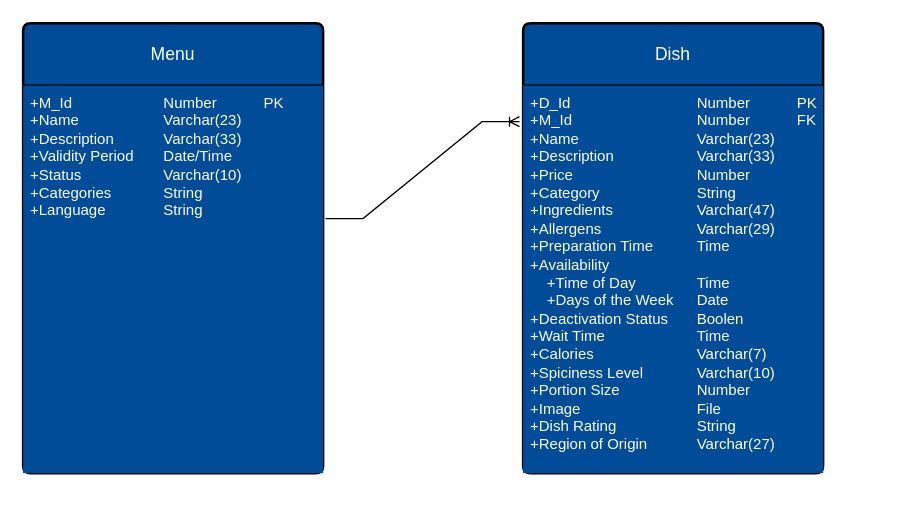
C-Rex-B/C-_FOR_.NET keeps this draw.io diagram as Untitled Diagram.drawio. Above is the earlier version. Source tidied: cells renumbered, new cells numbered last; positions are measured from the earlier drawing's top-left corner, leaving out a move shared by most shapes. Both pictures are drawn from the tidied source at 125%, with x=0, y=0 at pixel (22, 22).
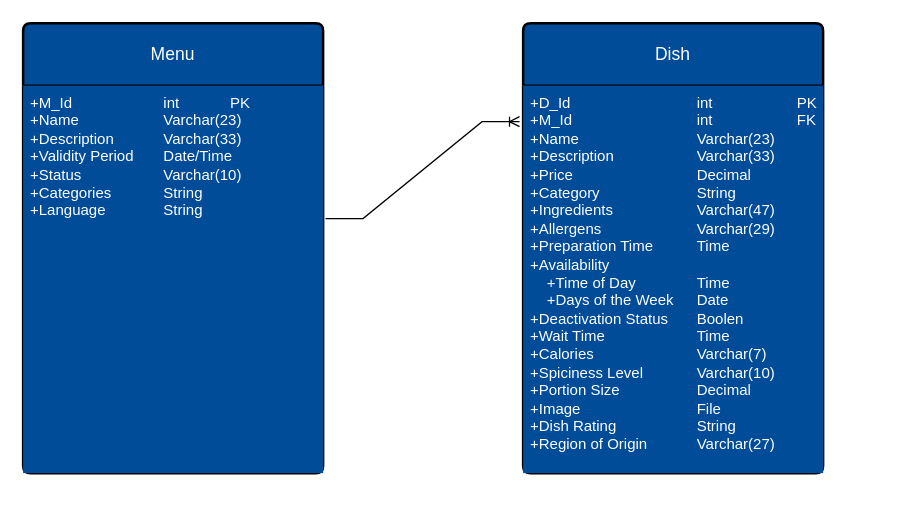
The same diagram, later.

Commit message:
ERD_Restaurant

The edit, as a diff of the source:
```diff
@@
 <mxGraphModel>
   <root>
     <mxCell id="0" />
     <mxCell id="1" parent="0" />
     <mxCell id="2" value="&lt;font color=&quot;#ffffff&quot;&gt;Menu&lt;/font&gt;" style="swimlane;horizontal=1;startSize=50;rounded=1;fontSize=14;fontStyle=0;strokeWidth=2;shadow=0;dashed=0;align=center;arcSize=4;whiteSpace=wrap;html=1;fillColor=#004C99;" parent="1" vertex="1">
       <mxGeometry width="240" height="360" as="geometry" />
     </mxCell>
     <mxCell id="3" style="whiteSpace=wrap;html=1;fillColor=#001933;" parent="2" vertex="1">
       <mxGeometry y="50" width="240" as="geometry" />
     </mxCell>
-    <mxCell id="4" value="&lt;font color=&quot;#ffffff&quot;&gt;+M_Id&lt;span style=&quot;white-space: pre;&quot;&gt;&#9;&lt;/span&gt;&lt;span style=&quot;white-space: pre;&quot;&gt;&#9;&lt;/span&gt;&lt;span style=&quot;white-space: pre;&quot;&gt;&#9;&lt;/span&gt;Number&lt;span style=&quot;white-space: pre;&quot;&gt;&#9;&lt;span style=&quot;white-space: pre;&quot;&gt;&#9;&lt;/span&gt;PK&lt;span style=&quot;white-space: pre;&quot;&gt;&#9;&lt;/span&gt;&lt;/span&gt;&lt;br&gt;+Name&lt;span style=&quot;&quot;&gt;&lt;span style=&quot;&quot;&gt;&amp;nbsp;&amp;nbsp;&amp;nbsp;&amp;nbsp;&lt;/span&gt;&lt;/span&gt;&lt;span style=&quot;&quot;&gt;&lt;span style=&quot;&quot;&gt;&amp;nbsp;&amp;nbsp;&amp;nbsp;&amp;nbsp;&lt;/span&gt;&lt;/span&gt;&lt;span style=&quot;&quot;&gt;&lt;span style=&quot;&quot;&gt;&amp;nbsp;&amp;nbsp;&amp;nbsp;&amp;nbsp;&lt;span style=&quot;&quot;&gt;&lt;span style=&quot;white-space: pre;&quot;&gt;&amp;nbsp;&amp;nbsp;&amp;nbsp;&amp;nbsp;&lt;span style=&quot;white-space: pre;&quot;&gt;&#9;&lt;/span&gt;Varchar(23)&lt;/span&gt;&lt;/span&gt;&lt;/span&gt;&lt;/span&gt;&lt;br&gt;+Description&lt;span style=&quot;&quot;&gt;&lt;span style=&quot;&quot;&gt;&amp;nbsp;&amp;nbsp;&amp;nbsp;&amp;nbsp;&lt;/span&gt;&lt;/span&gt;&lt;span style=&quot;&quot;&gt;&lt;span style=&quot;&quot;&gt;&amp;nbsp;&amp;nbsp;&amp;nbsp;&amp;nbsp;&lt;span style=&quot;&quot;&gt;&lt;span style=&quot;white-space: pre;&quot;&gt;&amp;nbsp;&lt;span style=&quot;white-space: pre;&quot;&gt;&#9;&lt;/span&gt;Varchar(33)&lt;/span&gt;&lt;/span&gt;&lt;/span&gt;&lt;/span&gt;&lt;br&gt;+Validity Period&lt;span style=&quot;white-space: pre;&quot;&gt;&#9;&lt;/span&gt;Date/Time&lt;br&gt;+Status&lt;span style=&quot;white-space: pre;&quot;&gt;&#9;&lt;/span&gt;&lt;span style=&quot;white-space: pre;&quot;&gt;&#9;&lt;/span&gt;&lt;span style=&quot;white-space: pre;&quot;&gt;&#9;&lt;/span&gt;Varchar(10)&lt;br&gt;+Categories&lt;span style=&quot;white-space: pre;&quot;&gt;&#9;&lt;/span&gt;&lt;span style=&quot;white-space: pre;&quot;&gt;&#9;&lt;/span&gt;String&lt;br&gt;+Language&lt;span style=&quot;white-space: pre;&quot;&gt;&#9;&lt;/span&gt;&lt;span style=&quot;white-space: pre;&quot;&gt;&#9;&lt;/span&gt;String&lt;/font&gt;" style="align=left;strokeColor=none;fillColor=#004C99;spacingLeft=4;fontSize=12;verticalAlign=top;html=1;" parent="2" vertex="1">
+    <mxCell id="4" value="&lt;font color=&quot;#ffffff&quot;&gt;+M_Id&lt;span style=&quot;white-space: pre;&quot;&gt;&#9;&lt;/span&gt;&lt;span style=&quot;white-space: pre;&quot;&gt;&#9;&lt;/span&gt;&lt;span style=&quot;white-space: pre;&quot;&gt;&#9;&lt;/span&gt;int&lt;span style=&quot;white-space: pre;&quot;&gt;&#9;&lt;span style=&quot;white-space: pre;&quot;&gt;&#9;&lt;/span&gt;PK&lt;span style=&quot;white-space: pre;&quot;&gt;&#9;&lt;/span&gt;&lt;/span&gt;&lt;br&gt;+Name&lt;span style=&quot;&quot;&gt;&lt;span style=&quot;&quot;&gt;&amp;nbsp;&amp;nbsp;&amp;nbsp;&amp;nbsp;&lt;/span&gt;&lt;/span&gt;&lt;span style=&quot;&quot;&gt;&lt;span style=&quot;&quot;&gt;&amp;nbsp;&amp;nbsp;&amp;nbsp;&amp;nbsp;&lt;/span&gt;&lt;/span&gt;&lt;span style=&quot;&quot;&gt;&lt;span style=&quot;&quot;&gt;&amp;nbsp;&amp;nbsp;&amp;nbsp;&amp;nbsp;&lt;span style=&quot;&quot;&gt;&lt;span style=&quot;white-space: pre;&quot;&gt;&amp;nbsp;&amp;nbsp;&amp;nbsp;&amp;nbsp;&lt;span style=&quot;white-space: pre;&quot;&gt;&#9;&lt;/span&gt;Varchar(23)&lt;/span&gt;&lt;/span&gt;&lt;/span&gt;&lt;/span&gt;&lt;br&gt;+Description&lt;span style=&quot;&quot;&gt;&lt;span style=&quot;&quot;&gt;&amp;nbsp;&amp;nbsp;&amp;nbsp;&amp;nbsp;&lt;/span&gt;&lt;/span&gt;&lt;span style=&quot;&quot;&gt;&lt;span style=&quot;&quot;&gt;&amp;nbsp;&amp;nbsp;&amp;nbsp;&amp;nbsp;&lt;span style=&quot;&quot;&gt;&lt;span style=&quot;white-space: pre;&quot;&gt;&amp;nbsp;&lt;span style=&quot;white-space: pre;&quot;&gt;&#9;&lt;/span&gt;Varchar(33)&lt;/span&gt;&lt;/span&gt;&lt;/span&gt;&lt;/span&gt;&lt;br&gt;+Validity Period&lt;span style=&quot;white-space: pre;&quot;&gt;&#9;&lt;/span&gt;Date/Time&lt;br&gt;+Status&lt;span style=&quot;white-space: pre;&quot;&gt;&#9;&lt;/span&gt;&lt;span style=&quot;white-space: pre;&quot;&gt;&#9;&lt;/span&gt;&lt;span style=&quot;white-space: pre;&quot;&gt;&#9;&lt;/span&gt;Varchar(10)&lt;br&gt;+Categories&lt;span style=&quot;white-space: pre;&quot;&gt;&#9;&lt;/span&gt;&lt;span style=&quot;white-space: pre;&quot;&gt;&#9;&lt;/span&gt;String&lt;br&gt;+Language&lt;span style=&quot;white-space: pre;&quot;&gt;&#9;&lt;/span&gt;&lt;span style=&quot;white-space: pre;&quot;&gt;&#9;&lt;/span&gt;String&lt;/font&gt;" style="align=left;strokeColor=none;fillColor=#004C99;spacingLeft=4;fontSize=12;verticalAlign=top;html=1;" parent="2" vertex="1">
       <mxGeometry y="50" width="240" height="310" as="geometry" />
     </mxCell>
     <mxCell id="5" style="edgeStyle=orthogonalEdgeStyle;rounded=0;orthogonalLoop=1;jettySize=auto;html=1;exitX=0.5;exitY=1;exitDx=0;exitDy=0;" parent="2" edge="1" source="4" target="4">
       <mxGeometry relative="1" as="geometry" />
     </mxCell>
     <mxCell id="6" value="&lt;font color=&quot;#ffffff&quot;&gt;Dish&lt;/font&gt;" style="swimlane;horizontal=1;startSize=50;rounded=1;fontSize=14;fontStyle=0;strokeWidth=2;shadow=0;dashed=0;align=center;arcSize=4;whiteSpace=wrap;html=1;fillColor=#004C99;" parent="1" vertex="1">
       <mxGeometry x="400" width="240" height="360" as="geometry" />
     </mxCell>
-    <mxCell id="7" value="&lt;font color=&quot;#ffffff&quot;&gt;+D_Id&lt;span style=&quot;&quot;&gt;&lt;span style=&quot;&quot;&gt;&amp;nbsp;&amp;nbsp;&amp;nbsp;&amp;nbsp;&lt;/span&gt;&lt;/span&gt;&#9;&lt;span style=&quot;&quot;&gt;&amp;nbsp;&lt;span style=&quot;&quot;&gt;&lt;span style=&quot;&quot;&gt;&amp;nbsp;&amp;nbsp;&amp;nbsp;&amp;nbsp;&lt;/span&gt;&lt;/span&gt;&lt;/span&gt;&lt;span style=&quot;&quot;&gt;&lt;span style=&quot;&quot;&gt;&amp;nbsp;&amp;nbsp;&amp;nbsp;&amp;nbsp;&lt;/span&gt;&lt;/span&gt;&lt;span style=&quot;&quot;&gt;&lt;span style=&quot;&quot;&gt;&amp;nbsp;&lt;span style=&quot;white-space: pre;&quot;&gt;&#9;&lt;/span&gt;&lt;span style=&quot;white-space: pre;&quot;&gt;&#9;&lt;/span&gt;Number&lt;span style=&quot;white-space: pre;&quot;&gt;&#9;&lt;/span&gt;&lt;span style=&quot;white-space: pre;&quot;&gt;&#9;&lt;/span&gt;PK&amp;nbsp;&amp;nbsp;&lt;/span&gt;&lt;/span&gt;&lt;span style=&quot;&quot;&gt;&lt;span style=&quot;&quot;&gt;&amp;nbsp; &amp;nbsp;&lt;/span&gt;&lt;/span&gt;&lt;span style=&quot;&quot;&gt;&lt;span style=&quot;&quot;&gt;&amp;nbsp;&amp;nbsp;&amp;nbsp;&amp;nbsp;&lt;/span&gt;&lt;/span&gt;&lt;span style=&quot;&quot;&gt;&lt;span style=&quot;&quot;&gt;&amp;nbsp;&amp;nbsp;&amp;nbsp;&amp;nbsp;&lt;/span&gt;&lt;/span&gt;&lt;span style=&quot;&quot;&gt;&lt;span style=&quot;&quot;&gt;&amp;nbsp;&amp;nbsp;&amp;nbsp;&amp;nbsp;&lt;/span&gt;&lt;/span&gt;&lt;br&gt;+M_Id&lt;span style=&quot;&quot;&gt;&lt;span style=&quot;&quot;&gt;&amp;nbsp;&amp;nbsp;&amp;nbsp;&amp;nbsp;&lt;/span&gt;&lt;/span&gt;&lt;span style=&quot;&quot;&gt;&lt;span style=&quot;&quot;&gt;&amp;nbsp;&amp;nbsp;&amp;nbsp;&lt;/span&gt;&lt;/span&gt;&lt;span style=&quot;&quot;&gt;&lt;span style=&quot;&quot;&gt;&amp;nbsp;&lt;/span&gt;&lt;span style=&quot;&quot;&gt;&lt;span style=&quot;&quot;&gt;&amp;nbsp;&amp;nbsp;&amp;nbsp;&amp;nbsp;&lt;/span&gt;&lt;/span&gt;&lt;/span&gt;&lt;span style=&quot;&quot;&gt;&lt;span style=&quot;&quot;&gt;&amp;nbsp;&amp;nbsp;&lt;span style=&quot;white-space: pre;&quot;&gt;&#9;&lt;/span&gt;&lt;span style=&quot;white-space: pre;&quot;&gt;&#9;&lt;/span&gt;Number&lt;span style=&quot;white-space: pre;&quot;&gt;&#9;&lt;/span&gt;&lt;span style=&quot;white-space: pre;&quot;&gt;&#9;&lt;/span&gt;FK&lt;br&gt;&lt;/span&gt;&lt;/span&gt;+Name&lt;span style=&quot;white-space: pre;&quot;&gt;&#9;&lt;/span&gt;&lt;span style=&quot;white-space: pre;&quot;&gt;&#9;&lt;/span&gt;&lt;span style=&quot;white-space: pre;&quot;&gt;&#9;&lt;/span&gt;&lt;span style=&quot;white-space: pre;&quot;&gt;&#9;&lt;/span&gt;Varchar(23)&lt;br&gt;+Description&lt;span style=&quot;white-space: pre;&quot;&gt;&#9;&lt;/span&gt;&lt;span style=&quot;white-space: pre;&quot;&gt;&#9;&lt;/span&gt;&lt;span style=&quot;white-space: pre;&quot;&gt;&#9;&lt;/span&gt;Varchar(33)&lt;br&gt;+Price&lt;span style=&quot;white-space: pre;&quot;&gt;&#9;&lt;/span&gt;&lt;span style=&quot;white-space: pre;&quot;&gt;&#9;&lt;/span&gt;&lt;span style=&quot;white-space: pre;&quot;&gt;&#9;&lt;/span&gt;&lt;span style=&quot;white-space: pre;&quot;&gt;&#9;&lt;/span&gt;Number&lt;br&gt;+Category&lt;span style=&quot;white-space: pre;&quot;&gt;&#9;&lt;/span&gt;&lt;span style=&quot;white-space: pre;&quot;&gt;&#9;&lt;/span&gt;&lt;span style=&quot;white-space: pre;&quot;&gt;&#9;&lt;/span&gt;String&lt;br&gt;+Ingredients&lt;span style=&quot;white-space: pre;&quot;&gt;&#9;&lt;/span&gt;&lt;span style=&quot;white-space: pre;&quot;&gt;&#9;&lt;/span&gt;&lt;span style=&quot;white-space: pre;&quot;&gt;&#9;&lt;/span&gt;Varchar(47)&lt;br&gt;+Allergens&lt;span style=&quot;white-space: pre;&quot;&gt;&#9;&lt;/span&gt;&lt;span style=&quot;white-space: pre;&quot;&gt;&#9;&lt;/span&gt;&lt;span style=&quot;white-space: pre;&quot;&gt;&#9;&lt;/span&gt;Varchar(29)&lt;br&gt;+Preparation Time&lt;span style=&quot;white-space: pre;&quot;&gt;&#9;&lt;/span&gt;&lt;span style=&quot;white-space: pre;&quot;&gt;&#9;&lt;/span&gt;Time&lt;br&gt;+Availability&lt;br&gt;&lt;span style=&quot;&quot;&gt;&lt;span style=&quot;&quot;&gt;&amp;nbsp;&amp;nbsp;&amp;nbsp;&amp;nbsp;&lt;/span&gt;&lt;/span&gt;+Time of Day&lt;span style=&quot;white-space: pre;&quot;&gt;&#9;&lt;/span&gt;&lt;span style=&quot;white-space: pre;&quot;&gt;&#9;&lt;/span&gt;Time&lt;br&gt;&amp;nbsp; &amp;nbsp; +Days of the Week&lt;span style=&quot;white-space: pre;&quot;&gt;&#9;&lt;/span&gt;Date&lt;br&gt;+Deactivation Status&lt;span style=&quot;white-space: pre;&quot;&gt;&#9;&lt;/span&gt;Boolen&lt;br&gt;+Wait Time&lt;span style=&quot;white-space: pre;&quot;&gt;&#9;&lt;/span&gt;&lt;span style=&quot;white-space: pre;&quot;&gt;&#9;&lt;/span&gt;&lt;span style=&quot;white-space: pre;&quot;&gt;&#9;&lt;/span&gt;Time&lt;br&gt;+Calories&lt;span style=&quot;white-space: pre;&quot;&gt;&#9;&lt;/span&gt;&lt;span style=&quot;white-space: pre;&quot;&gt;&#9;&lt;/span&gt;&lt;span style=&quot;white-space: pre;&quot;&gt;&#9;&lt;/span&gt;&lt;span style=&quot;white-space: pre;&quot;&gt;&#9;&lt;/span&gt;Varchar(7)&lt;br&gt;+Spiciness Level&lt;span style=&quot;white-space: pre;&quot;&gt;&#9;&lt;/span&gt;&lt;span style=&quot;white-space: pre;&quot;&gt;&#9;&lt;/span&gt;Varchar(10)&lt;br&gt;+Portion Size&lt;span style=&quot;white-space: pre;&quot;&gt;&#9;&lt;/span&gt;&lt;span style=&quot;white-space: pre;&quot;&gt;&#9;&lt;/span&gt;&lt;span style=&quot;white-space: pre;&quot;&gt;&#9;&lt;/span&gt;Number&lt;br&gt;+Image&lt;span style=&quot;white-space: pre;&quot;&gt;&#9;&lt;/span&gt;&lt;span style=&quot;white-space: pre;&quot;&gt;&#9;&lt;/span&gt;&lt;span style=&quot;white-space: pre;&quot;&gt;&#9;&lt;/span&gt;&lt;span style=&quot;white-space: pre;&quot;&gt;&#9;&lt;/span&gt;File&lt;br&gt;+Dish Rating&lt;span style=&quot;white-space: pre;&quot;&gt;&#9;&lt;/span&gt;&lt;span style=&quot;white-space: pre;&quot;&gt;&#9;&lt;/span&gt;&lt;span style=&quot;white-space: pre;&quot;&gt;&#9;&lt;/span&gt;String&lt;br&gt;+Region of Origin&lt;span style=&quot;white-space: pre;&quot;&gt;&#9;&lt;/span&gt;&lt;span style=&quot;white-space: pre;&quot;&gt;&#9;&lt;/span&gt;Varchar(27)&lt;/font&gt;" style="align=left;strokeColor=none;fillColor=#004C99;spacingLeft=4;fontSize=12;verticalAlign=top;html=1;" parent="6" vertex="1">
+    <mxCell id="7" value="&lt;font color=&quot;#ffffff&quot;&gt;+D_Id&lt;span style=&quot;&quot;&gt;&lt;span style=&quot;&quot;&gt;&amp;nbsp;&amp;nbsp;&amp;nbsp;&amp;nbsp;&lt;/span&gt;&lt;/span&gt;&#9;&lt;span style=&quot;&quot;&gt;&amp;nbsp;&lt;span style=&quot;&quot;&gt;&lt;span style=&quot;&quot;&gt;&amp;nbsp;&amp;nbsp;&amp;nbsp;&amp;nbsp;&lt;/span&gt;&lt;/span&gt;&lt;/span&gt;&lt;span style=&quot;&quot;&gt;&lt;span style=&quot;&quot;&gt;&amp;nbsp;&amp;nbsp;&amp;nbsp;&amp;nbsp;&lt;/span&gt;&lt;/span&gt;&lt;span style=&quot;&quot;&gt;&lt;span style=&quot;&quot;&gt;&amp;nbsp;&lt;span style=&quot;white-space: pre;&quot;&gt;&#9;&lt;/span&gt;&lt;span style=&quot;white-space: pre;&quot;&gt;&#9;&lt;/span&gt;int&lt;span style=&quot;white-space: pre;&quot;&gt;&#9;&lt;/span&gt;&lt;span style=&quot;white-space: pre;&quot;&gt;&#9;&lt;/span&gt;&lt;span style=&quot;white-space: pre;&quot;&gt;&#9;&lt;/span&gt;PK&amp;nbsp;&amp;nbsp;&lt;/span&gt;&lt;/span&gt;&lt;span style=&quot;&quot;&gt;&lt;span style=&quot;&quot;&gt;&amp;nbsp; &amp;nbsp;&lt;/span&gt;&lt;/span&gt;&lt;span style=&quot;&quot;&gt;&lt;span style=&quot;&quot;&gt;&amp;nbsp;&amp;nbsp;&amp;nbsp;&amp;nbsp;&lt;/span&gt;&lt;/span&gt;&lt;span style=&quot;&quot;&gt;&lt;span style=&quot;&quot;&gt;&amp;nbsp;&amp;nbsp;&amp;nbsp;&amp;nbsp;&lt;/span&gt;&lt;/span&gt;&lt;span style=&quot;&quot;&gt;&lt;span style=&quot;&quot;&gt;&amp;nbsp;&amp;nbsp;&amp;nbsp;&amp;nbsp;&lt;/span&gt;&lt;/span&gt;&lt;br&gt;+M_Id&lt;span style=&quot;&quot;&gt;&lt;span style=&quot;&quot;&gt;&amp;nbsp;&amp;nbsp;&amp;nbsp;&amp;nbsp;&lt;/span&gt;&lt;/span&gt;&lt;span style=&quot;&quot;&gt;&lt;span style=&quot;&quot;&gt;&amp;nbsp;&amp;nbsp;&amp;nbsp;&lt;/span&gt;&lt;/span&gt;&lt;span style=&quot;&quot;&gt;&lt;span style=&quot;&quot;&gt;&amp;nbsp;&lt;/span&gt;&lt;span style=&quot;&quot;&gt;&lt;span style=&quot;&quot;&gt;&amp;nbsp;&amp;nbsp;&amp;nbsp;&amp;nbsp;&lt;/span&gt;&lt;/span&gt;&lt;/span&gt;&lt;span style=&quot;&quot;&gt;&lt;span style=&quot;&quot;&gt;&amp;nbsp;&amp;nbsp;&lt;span style=&quot;white-space: pre;&quot;&gt;&#9;&lt;/span&gt;&lt;span style=&quot;white-space: pre;&quot;&gt;&#9;&lt;/span&gt;int&lt;span style=&quot;white-space: pre;&quot;&gt;&#9;&lt;span style=&quot;white-space: pre;&quot;&gt;&#9;&lt;/span&gt;&lt;/span&gt;&lt;span style=&quot;white-space: pre;&quot;&gt;&#9;&lt;/span&gt;FK&lt;br&gt;&lt;/span&gt;&lt;/span&gt;+Name&lt;span style=&quot;white-space: pre;&quot;&gt;&#9;&lt;/span&gt;&lt;span style=&quot;white-space: pre;&quot;&gt;&#9;&lt;/span&gt;&lt;span style=&quot;white-space: pre;&quot;&gt;&#9;&lt;/span&gt;&lt;span style=&quot;white-space: pre;&quot;&gt;&#9;&lt;/span&gt;Varchar(23)&lt;br&gt;+Description&lt;span style=&quot;white-space: pre;&quot;&gt;&#9;&lt;/span&gt;&lt;span style=&quot;white-space: pre;&quot;&gt;&#9;&lt;/span&gt;&lt;span style=&quot;white-space: pre;&quot;&gt;&#9;&lt;/span&gt;Varchar(33)&lt;br&gt;+Price&lt;span style=&quot;white-space: pre;&quot;&gt;&#9;&lt;/span&gt;&lt;span style=&quot;white-space: pre;&quot;&gt;&#9;&lt;/span&gt;&lt;span style=&quot;white-space: pre;&quot;&gt;&#9;&lt;span style=&quot;white-space: pre;&quot;&gt;&#9;&lt;/span&gt;Decimal&lt;/span&gt;&lt;br&gt;+Category&lt;span style=&quot;white-space: pre;&quot;&gt;&#9;&lt;/span&gt;&lt;span style=&quot;white-space: pre;&quot;&gt;&#9;&lt;/span&gt;&lt;span style=&quot;white-space: pre;&quot;&gt;&#9;&lt;/span&gt;String&lt;br&gt;+Ingredients&lt;span style=&quot;white-space: pre;&quot;&gt;&#9;&lt;/span&gt;&lt;span style=&quot;white-space: pre;&quot;&gt;&#9;&lt;/span&gt;&lt;span style=&quot;white-space: pre;&quot;&gt;&#9;&lt;/span&gt;Varchar(47)&lt;br&gt;+Allergens&lt;span style=&quot;white-space: pre;&quot;&gt;&#9;&lt;/span&gt;&lt;span style=&quot;white-space: pre;&quot;&gt;&#9;&lt;/span&gt;&lt;span style=&quot;white-space: pre;&quot;&gt;&#9;&lt;/span&gt;Varchar(29)&lt;br&gt;+Preparation Time&lt;span style=&quot;white-space: pre;&quot;&gt;&#9;&lt;/span&gt;&lt;span style=&quot;white-space: pre;&quot;&gt;&#9;&lt;/span&gt;Time&lt;br&gt;+Availability&lt;br&gt;&lt;span style=&quot;&quot;&gt;&lt;span style=&quot;&quot;&gt;&amp;nbsp;&amp;nbsp;&amp;nbsp;&amp;nbsp;&lt;/span&gt;&lt;/span&gt;+Time of Day&lt;span style=&quot;white-space: pre;&quot;&gt;&#9;&lt;/span&gt;&lt;span style=&quot;white-space: pre;&quot;&gt;&#9;&lt;/span&gt;Time&lt;br&gt;&amp;nbsp; &amp;nbsp; +Days of the Week&lt;span style=&quot;white-space: pre;&quot;&gt;&#9;&lt;/span&gt;Date&lt;br&gt;+Deactivation Status&lt;span style=&quot;white-space: pre;&quot;&gt;&#9;&lt;/span&gt;Boolen&lt;br&gt;+Wait Time&lt;span style=&quot;white-space: pre;&quot;&gt;&#9;&lt;/span&gt;&lt;span style=&quot;white-space: pre;&quot;&gt;&#9;&lt;/span&gt;&lt;span style=&quot;white-space: pre;&quot;&gt;&#9;&lt;/span&gt;Time&lt;br&gt;+Calories&lt;span style=&quot;white-space: pre;&quot;&gt;&#9;&lt;/span&gt;&lt;span style=&quot;white-space: pre;&quot;&gt;&#9;&lt;/span&gt;&lt;span style=&quot;white-space: pre;&quot;&gt;&#9;&lt;/span&gt;&lt;span style=&quot;white-space: pre;&quot;&gt;&#9;&lt;/span&gt;Varchar(7)&lt;br&gt;+Spiciness Level&lt;span style=&quot;white-space: pre;&quot;&gt;&#9;&lt;/span&gt;&lt;span style=&quot;white-space: pre;&quot;&gt;&#9;&lt;/span&gt;Varchar(10)&lt;br&gt;+Portion Size&lt;span style=&quot;white-space: pre;&quot;&gt;&#9;&lt;/span&gt;&lt;span style=&quot;white-space: pre;&quot;&gt;&#9;&lt;/span&gt;&lt;span style=&quot;white-space: pre;&quot;&gt;&#9;&lt;/span&gt;Decimal&lt;br&gt;+Image&lt;span style=&quot;white-space: pre;&quot;&gt;&#9;&lt;/span&gt;&lt;span style=&quot;white-space: pre;&quot;&gt;&#9;&lt;/span&gt;&lt;span style=&quot;white-space: pre;&quot;&gt;&#9;&lt;/span&gt;&lt;span style=&quot;white-space: pre;&quot;&gt;&#9;&lt;/span&gt;File&lt;br&gt;+Dish Rating&lt;span style=&quot;white-space: pre;&quot;&gt;&#9;&lt;/span&gt;&lt;span style=&quot;white-space: pre;&quot;&gt;&#9;&lt;/span&gt;&lt;span style=&quot;white-space: pre;&quot;&gt;&#9;&lt;/span&gt;String&lt;br&gt;+Region of Origin&lt;span style=&quot;white-space: pre;&quot;&gt;&#9;&lt;/span&gt;&lt;span style=&quot;white-space: pre;&quot;&gt;&#9;&lt;/span&gt;Varchar(27)&lt;/font&gt;" style="align=left;strokeColor=none;fillColor=#004C99;spacingLeft=4;fontSize=12;verticalAlign=top;html=1;" parent="6" vertex="1">
       <mxGeometry y="50" width="240" height="310" as="geometry" />
     </mxCell>
     <mxCell id="8" style="edgeStyle=entityRelationEdgeStyle;fontSize=12;html=1;endArrow=ERoneToMany;rounded=0;entryX=-0.012;entryY=0.093;entryDx=0;entryDy=0;entryPerimeter=0;exitX=1.008;exitY=0.343;exitDx=0;exitDy=0;exitPerimeter=0;" parent="1" edge="1" source="4" target="7">
       <mxGeometry relative="1" as="geometry">
         <Array as="points">
           <mxPoint x="325.2" y="2412.1" />
           <mxPoint x="260" y="2690" />
         </Array>
       </mxGeometry>
     </mxCell>
   </root>
 </mxGraphModel>
```
